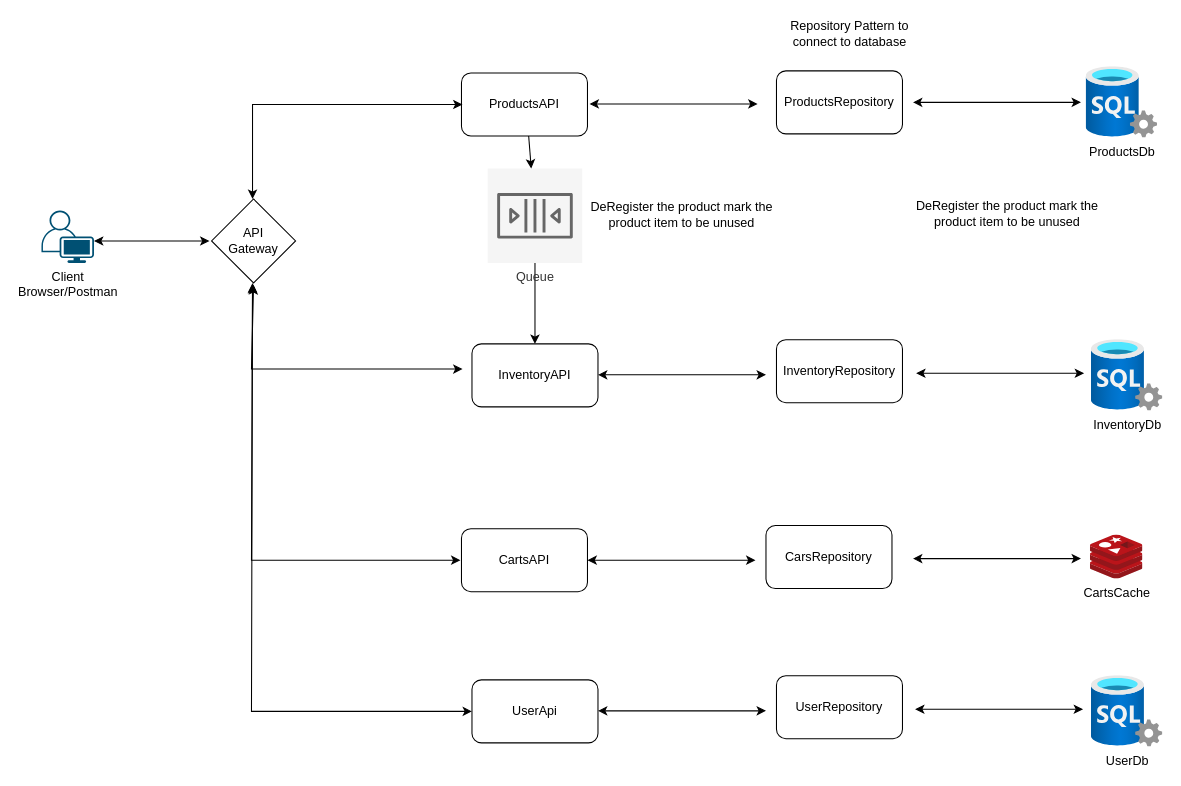
abdul-tech-tinkers/dotnet-microservices keeps this draw.io diagram as 01_Assignment/Design.drawio. Above is the earlier version. Source tidied: cells renumbered, new cells numbered last; positions are measured from the earlier drawing's top-left corner, leaving out a move shared by most shapes. Both pictures are drawn from the tidied source at 105%, with x=0, y=0 at pixel (41, 18).
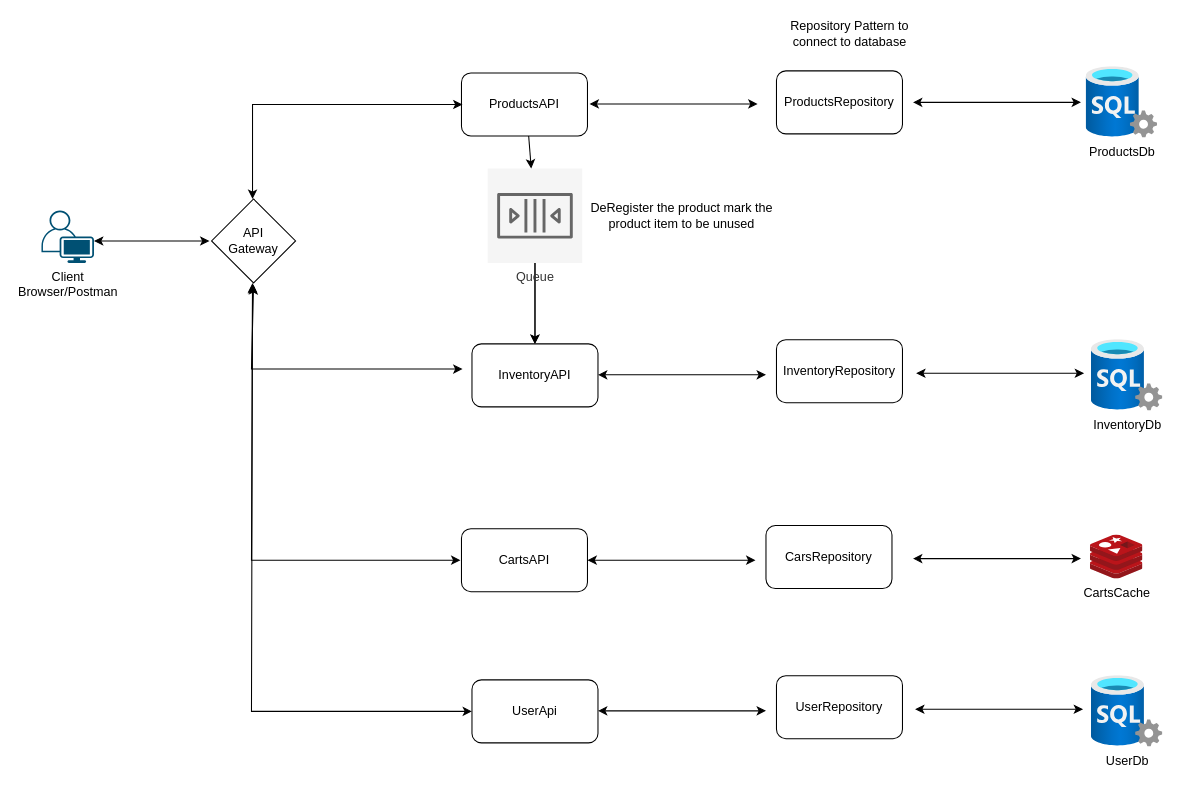
The same diagram, later.

Unchanged cells that the change refers to:
```xml
<mxCell id="4" value="InventoryAPI" style="rounded=1;whiteSpace=wrap;html=1;" parent="1" vertex="1">
  <mxGeometry x="410" y="310" width="120" height="60" as="geometry" />
</mxCell>
<mxCell id="18" value="Queue" style="sketch=0;outlineConnect=0;dashed=0;verticalLabelPosition=bottom;verticalAlign=top;align=center;html=1;fontSize=12;fontStyle=0;shape=mxgraph.aws4.resourceIcon;resIcon=mxgraph.aws4.queue;fillColor=#f5f5f5;fontColor=#333333;strokeColor=#666666;" parent="1" vertex="1">
  <mxGeometry x="425" y="143" width="90" height="90" as="geometry" />
</mxCell>
```

Diff of the diagram source:
```diff
@@
+    <mxCell id="35" style="edgeStyle=orthogonalEdgeStyle;rounded=0;jettySize=auto;html=1;" parent="1" edge="1" source="18" target="4">
+      <mxGeometry relative="1" as="geometry" />
+    </mxCell>
@@
     <mxCell id="20" value="DeRegister the product mark the product item to be unused" style="text;html=1;strokeColor=none;fillColor=none;align=center;verticalAlign=middle;whiteSpace=wrap;rounded=0;" parent="1" vertex="1">
-      <mxGeometry x="520" y="172" width="180" height="30" as="geometry" />
+      <mxGeometry x="520" y="173" width="180" height="30" as="geometry" />
     </mxCell>
@@
-    <mxCell id="28" value="DeRegister the product mark the product item to be unused" style="text;html=1;strokeColor=none;fillColor=none;align=center;verticalAlign=middle;whiteSpace=wrap;rounded=0;" parent="1" vertex="1">
-      <mxGeometry x="830" y="170.5" width="180" height="30" as="geometry" />
-    </mxCell>
```
